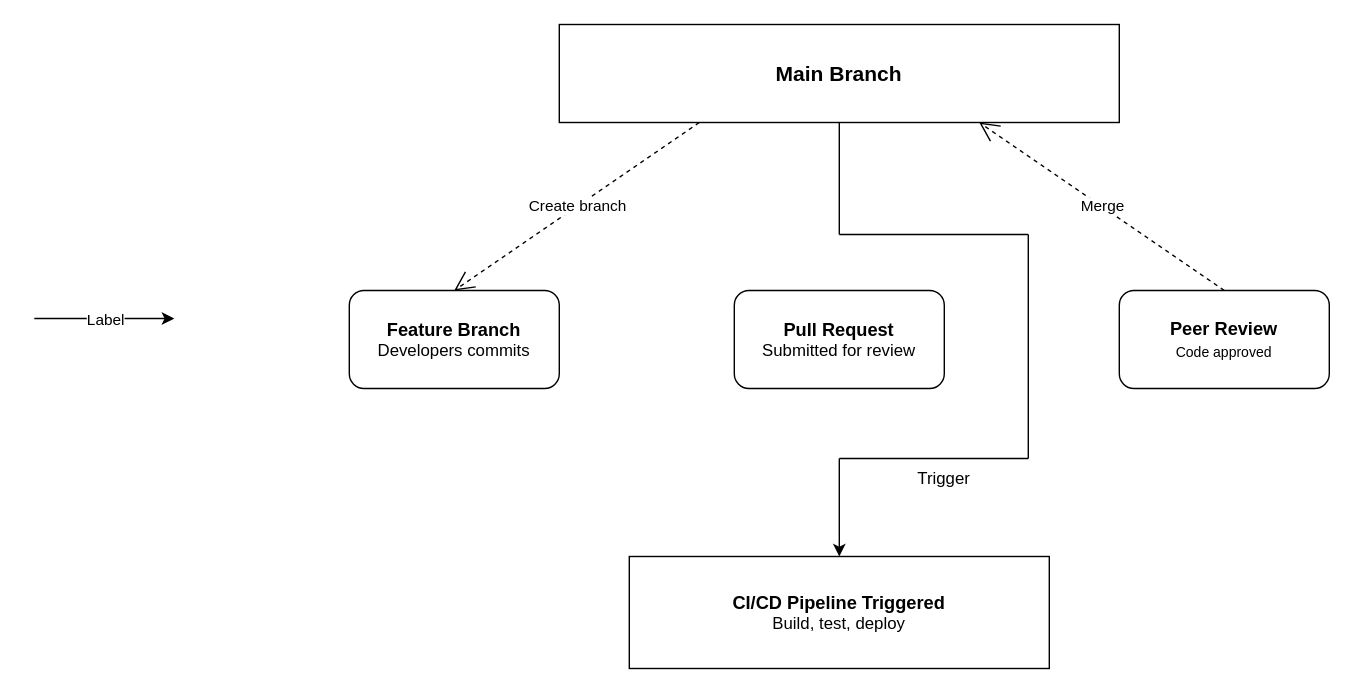
This is DevOps_Figure_2.drawio from Matasem-h/SimpleFlowcharts, a draw.io file, before an edit. Source tidied: cells renumbered, new cells numbered last; positions are measured from the earlier drawing's top-left corner, leaving out a move shared by most shapes. Both pictures are drawn from the tidied source at 140%, with x=0, y=0 at pixel (34, 24).
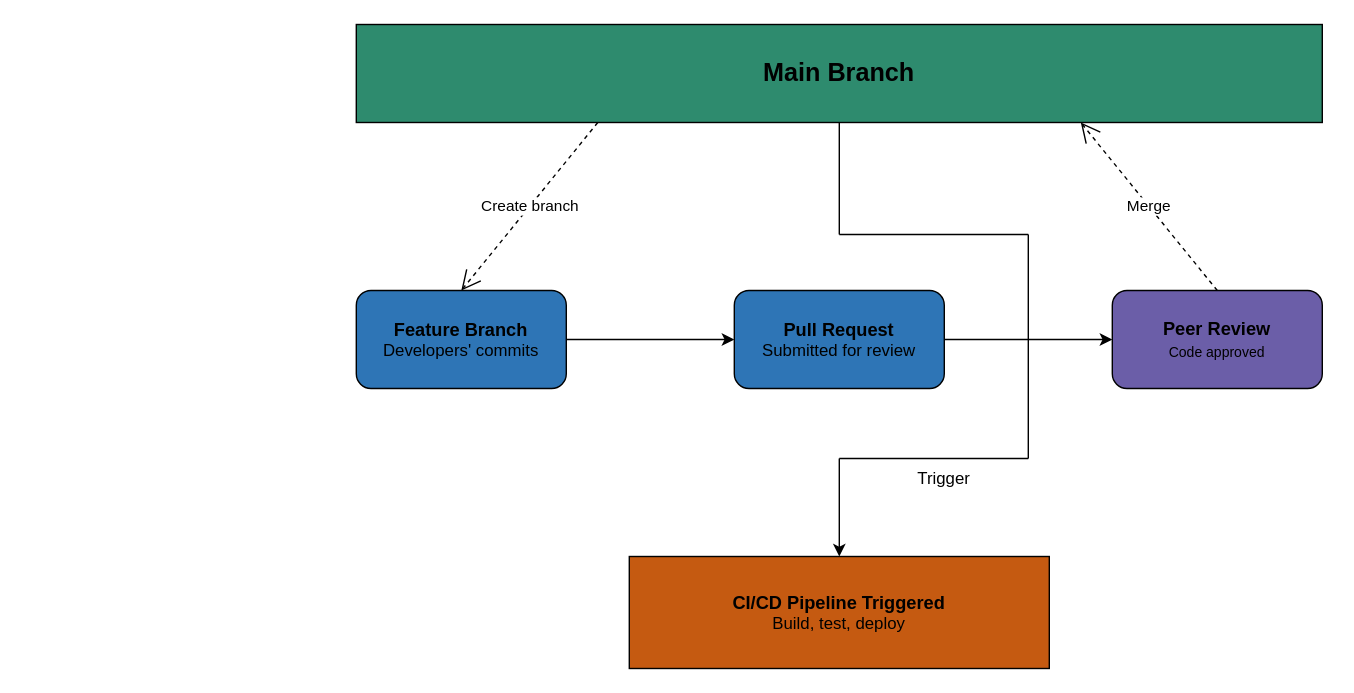
After the change.

Diff of the diagram source:
```diff
@@
-    <mxCell id="2" style="endArrow=classic;html=1;rounded=0;" parent="1" edge="1">
-      <mxGeometry relative="1" as="geometry">
-        <mxPoint y="210" as="sourcePoint" />
-        <mxPoint x="100" y="210" as="targetPoint" />
-      </mxGeometry>
-    </mxCell>
-    <mxCell id="3" value="Label" style="edgeLabel;html=1;align=center;verticalAlign=middle;" parent="2" vertex="1">
-      <mxGeometry relative="1" as="geometry" />
-    </mxCell>
-    <mxCell id="4" value="&lt;div&gt;&lt;b&gt;&lt;font style=&quot;font-size: 13px;&quot;&gt;Feature Branch&lt;/font&gt;&lt;/b&gt;&lt;/div&gt;&lt;div&gt;Developers commits&lt;/div&gt;" style="rounded=1;whiteSpace=wrap;html=1;" parent="1" vertex="1">
-      <mxGeometry x="225" y="190" width="150" height="70" as="geometry" />
+    <mxCell id="4" value="&lt;div&gt;&lt;b&gt;&lt;font style=&quot;font-size: 13px;&quot;&gt;Feature Branch&lt;/font&gt;&lt;/b&gt;&lt;/div&gt;&lt;div&gt;Developers' commits&lt;/div&gt;" style="rounded=1;whiteSpace=wrap;html=1;fillColor=light-dark(#2E75B6,#2E75B6);" parent="1" vertex="1">
+      <mxGeometry x="230" y="190" width="150" height="70" as="geometry" />
     </mxCell>
-    <mxCell id="5" value="&lt;div&gt;&lt;b&gt;&lt;font style=&quot;font-size: 13px;&quot;&gt;Peer Review&lt;/font&gt;&lt;/b&gt;&lt;/div&gt;&lt;div&gt;&lt;font style=&quot;font-size: 13px;&quot;&gt;&lt;font size=&quot;1&quot;&gt;Code approved&lt;/font&gt;&lt;/font&gt;&lt;/div&gt;" style="rounded=1;whiteSpace=wrap;html=1;" parent="1" vertex="1">
-      <mxGeometry x="775" y="190" width="150" height="70" as="geometry" />
+    <mxCell id="5" value="&lt;div&gt;&lt;b&gt;&lt;font style=&quot;font-size: 13px;&quot;&gt;Peer Review&lt;/font&gt;&lt;/b&gt;&lt;/div&gt;&lt;div&gt;&lt;font style=&quot;font-size: 13px;&quot;&gt;&lt;font size=&quot;1&quot;&gt;Code approved&lt;/font&gt;&lt;/font&gt;&lt;/div&gt;" style="rounded=1;whiteSpace=wrap;html=1;fillColor=light-dark(#6B5EA8,#6B5EA8);" parent="1" vertex="1">
+      <mxGeometry x="770" y="190" width="150" height="70" as="geometry" />
     </mxCell>
-    <mxCell id="6" value="&lt;div&gt;&lt;b&gt;&lt;font style=&quot;font-size: 13px;&quot;&gt;Pull Request&lt;/font&gt;&lt;/b&gt;&lt;/div&gt;&lt;div&gt;Submitted for review&lt;/div&gt;" style="rounded=1;whiteSpace=wrap;html=1;" parent="1" vertex="1">
+    <mxCell id="6" value="&lt;div&gt;&lt;b&gt;&lt;font style=&quot;font-size: 13px;&quot;&gt;Pull Request&lt;/font&gt;&lt;/b&gt;&lt;/div&gt;&lt;div&gt;Submitted for review&lt;/div&gt;" style="rounded=1;whiteSpace=wrap;html=1;fillColor=light-dark(#2E75B6,#2E75B6);" parent="1" vertex="1">
       <mxGeometry x="500" y="190" width="150" height="70" as="geometry" />
     </mxCell>
-    <mxCell id="7" value="&lt;div&gt;&lt;font style=&quot;font-size: 15px;&quot;&gt;&lt;b&gt;Main Branch&lt;/b&gt;&lt;/font&gt;&lt;/div&gt;" style="rounded=0;whiteSpace=wrap;html=1;" parent="1" vertex="1">
-      <mxGeometry x="375" width="400" height="70" as="geometry" />
+    <mxCell id="7" value="&lt;div&gt;&lt;b&gt;&lt;font style=&quot;font-size: 18px;&quot;&gt;Main Branch&lt;/font&gt;&lt;/b&gt;&lt;/div&gt;" style="rounded=0;whiteSpace=wrap;html=1;fillColor=light-dark(#2E8B6E,#2E8B6E);" parent="1" vertex="1">
+      <mxGeometry x="230" width="690" height="70" as="geometry" />
     </mxCell>
-    <mxCell id="8" value="&lt;div&gt;&lt;b&gt;&lt;font style=&quot;font-size: 13px;&quot;&gt;CI/CD Pipeline Triggered&lt;/font&gt;&lt;/b&gt;&lt;/div&gt;&lt;div&gt;Build, test, deploy&lt;/div&gt;" style="rounded=0;whiteSpace=wrap;html=1;" parent="1" vertex="1">
+    <mxCell id="8" value="&lt;div&gt;&lt;b&gt;&lt;font style=&quot;font-size: 13px;&quot;&gt;CI/CD Pipeline Triggered&lt;/font&gt;&lt;/b&gt;&lt;/div&gt;&lt;div&gt;Build, test, deploy&lt;/div&gt;" style="rounded=0;whiteSpace=wrap;html=1;fillColor=light-dark(#C55A11,#C55A11);" parent="1" vertex="1">
       <mxGeometry x="425" y="380" width="300" height="80" as="geometry" />
     </mxCell>
@@
+    <mxCell id="17" style="endArrow=classic;html=1;rounded=0;exitX=1;exitY=0.5;exitDx=0;exitDy=0;entryX=0;entryY=0.5;entryDx=0;entryDy=0;" parent="1" edge="1" source="4" target="6">
+      <mxGeometry relative="1" as="geometry" />
+    </mxCell>
+    <mxCell id="18" style="endArrow=classic;html=1;rounded=0;exitX=1;exitY=0.5;exitDx=0;exitDy=0;entryX=0;entryY=0.5;entryDx=0;entryDy=0;" parent="1" edge="1" source="6" target="5">
+      <mxGeometry relative="1" as="geometry" />
+    </mxCell>
```
